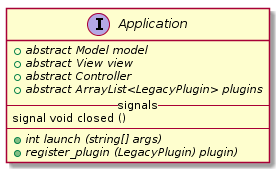
Earlier version of the PlantUML export report/figures/design/class/core/application.png (geoffjay/comp8506-docs).
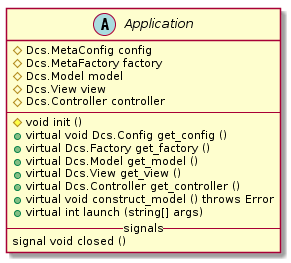
After the change.

The edit, as a diff of the source:
```diff
@@ -1,13 +1,20 @@
 @startuml
-interface Application {
-    +{abstract} abstract Model model
-    +{abstract} abstract View view
-    +{abstract} abstract Controller
-    +{abstract} abstract ArrayList<LegacyPlugin> plugins
-	--signals--
+abstract class Application {
+    #Dcs.MetaConfig config
+    #Dcs.MetaFactory factory
+    #Dcs.Model model
+    #Dcs.View view
+    #Dcs.Controller controller
+    ----
+    #void init ()
+    +virtual void Dcs.Config get_config ()
+    +virtual Dcs.Factory get_factory ()
+    +virtual Dcs.Model get_model ()
+    +virtual Dcs.View get_view ()
+    +virtual Dcs.Controller get_controller ()
+    +virtual void construct_model () throws Error
+    +virtual int launch (string[] args)
+	-- signals --
 	signal void closed ()
-    ----
-    +{abstract} int launch (string[] args)
-    +{abstract} register_plugin (LegacyPlugin) plugin)
 }
 @enduml
```
